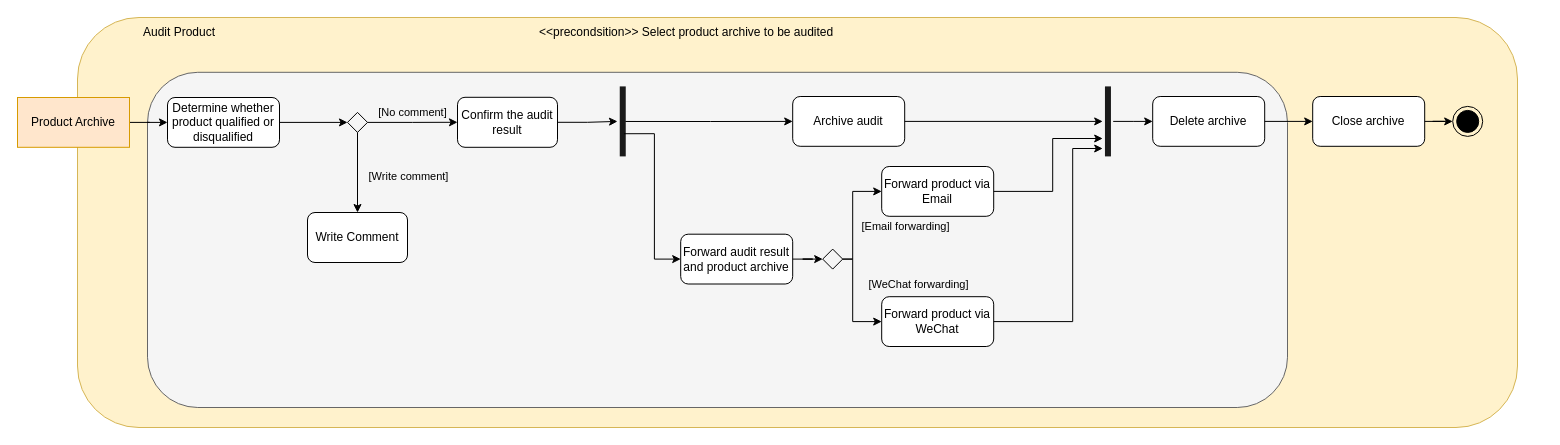
Before: Documentation/Activity Diagram/Product Audit AD.drawio in Darrenchenn/Model-based-software-design, a draw.io diagram. Source tidied: cells renumbered, new cells numbered last; positions are measured from the earlier drawing's top-left corner, leaving out a move shared by most shapes. Both pictures are drawn from the tidied source at 100%, with x=0, y=0 at pixel (17, 17).
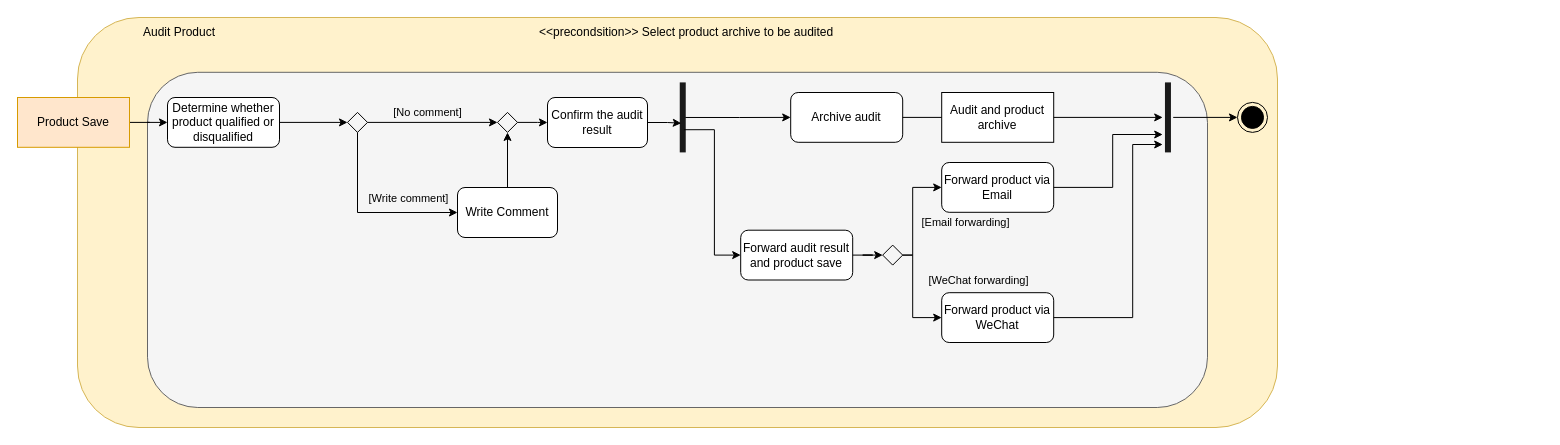
The same page after the edit.

The change refers to these unchanged cells:
```xml
<mxCell id="24" style="shape=line;strokeWidth=6;strokeColor=#1A1A1A;rotation=-180;direction=south;" parent="10" vertex="1">
  <mxGeometry width="10.5" height="70" as="geometry" />
</mxCell>
<mxCell id="25" style="shape=line;strokeWidth=6;strokeColor=#1A1A1A;rotation=-180;direction=south;" parent="10" vertex="1">
  <mxGeometry x="485.2" width="10.5" height="70" as="geometry" />
</mxCell>
```

The edit, as a diff of the source:
```diff
@@
     <mxCell id="2" style="rounded=1;whiteSpace=wrap;html=1;fillColor=#fff2cc;strokeColor=#d6b656;" parent="1" vertex="1">
-      <mxGeometry x="60" width="1440" height="410" as="geometry" />
+      <mxGeometry x="60" width="1200" height="410" as="geometry" />
     </mxCell>
     <mxCell id="3" style="rounded=1;whiteSpace=wrap;html=1;fillColor=#f5f5f5;fontColor=#333333;strokeColor=#666666;" parent="1" vertex="1">
-      <mxGeometry x="130" y="54.8" width="1140" height="335.2" as="geometry" />
+      <mxGeometry x="130" y="54.8" width="1060" height="335.2" as="geometry" />
     </mxCell>
@@
-    <mxCell id="9" value="Product Archive" style="rounded=0;whiteSpace=wrap;html=1;fillColor=#ffe6cc;strokeColor=#d79b00;" parent="1" vertex="1">
+    <mxCell id="9" value="Product Save" style="rounded=0;whiteSpace=wrap;html=1;fillColor=#ffe6cc;strokeColor=#d79b00;" parent="1" vertex="1">
       <mxGeometry y="80" width="112" height="49.8" as="geometry" />
     </mxCell>
-    <mxCell id="10" style="group;" parent="1" vertex="1">
-      <mxGeometry x="600" y="68.9" width="865.2" height="260.1" as="geometry" />
+    <mxCell id="10" style="group;rounded=0;" parent="1" vertex="1">
+      <mxGeometry x="660" y="64.9" width="865.2" height="260.1" as="geometry" />
     </mxCell>
-    <mxCell id="11" value="Forward audit result and product archive" style="rounded=1;whiteSpace=wrap;html=1;" parent="10" vertex="1">
+    <mxCell id="11" value="Forward audit result and product save" style="rounded=1;whiteSpace=wrap;html=1;" parent="10" vertex="1">
       <mxGeometry x="63.2" y="147.8" width="112" height="49.8" as="geometry" />
     </mxCell>
@@
-    <mxCell id="16" value="Delete archive" style="rounded=1;whiteSpace=wrap;html=1;" parent="10" vertex="1">
-      <mxGeometry x="535.2" y="10.1" width="112" height="49.8" as="geometry" />
-    </mxCell>
@@
-    <mxCell id="20" value="Close archive" style="rounded=1;whiteSpace=wrap;html=1;" parent="10" vertex="1">
-      <mxGeometry x="695.2" y="10.1" width="112" height="49.8" as="geometry" />
-    </mxCell>
     <mxCell id="21" style="ellipse;html=1;shape=endState;fillColor=strokeColor;" parent="10" vertex="1">
-      <mxGeometry x="835.2" y="20" width="30" height="30" as="geometry" />
+      <mxGeometry x="560" y="20" width="30" height="30" as="geometry" />
     </mxCell>
     <mxCell id="22" value="Archive audit" style="rounded=1;whiteSpace=wrap;html=1;" parent="10" vertex="1">
-      <mxGeometry x="175.2" y="10.1" width="112" height="49.8" as="geometry" />
+      <mxGeometry x="113.2" y="10.1" width="112" height="49.8" as="geometry" />
     </mxCell>
@@
-    <mxCell id="29" style="edgeStyle=orthogonalEdgeStyle;rounded=0;jettySize=auto;html=1;entryX=0;entryY=0.5;entryDx=0;entryDy=0;" parent="10" edge="1" source="16" target="20">
-      <mxGeometry relative="1" as="geometry" />
-    </mxCell>
-    <mxCell id="30" style="edgeStyle=orthogonalEdgeStyle;rounded=0;jettySize=auto;html=1;entryX=0;entryY=0.5;entryDx=0;entryDy=0;" parent="10" edge="1" source="20" target="21">
-      <mxGeometry relative="1" as="geometry" />
-    </mxCell>
@@
-    <mxCell id="33" style="edgeStyle=orthogonalEdgeStyle;rounded=0;jettySize=auto;html=1;entryX=0;entryY=0.5;entryDx=0;entryDy=0;" parent="10" edge="1" source="25" target="16">
+    <mxCell id="33" style="edgeStyle=orthogonalEdgeStyle;rounded=0;jettySize=auto;html=1;entryX=0;entryY=0.5;entryDx=0;entryDy=0;" parent="10" edge="1" source="25" target="21">
       <mxGeometry relative="1" as="geometry" />
     </mxCell>
+    <mxCell id="42" value="Audit and product archive" style="rounded=0;whiteSpace=wrap;html=1;" parent="10" vertex="1">
+      <mxGeometry x="264.2" y="10.1" width="112" height="49.8" as="geometry" />
+    </mxCell>
-    <mxCell id="34" style="edgeStyle=orthogonalEdgeStyle;rounded=0;jettySize=auto;html=1;entryX=0;entryY=0.5;entryDx=0;entryDy=0;" parent="1" edge="1" source="38" target="41">
+    <mxCell id="34" style="edgeStyle=orthogonalEdgeStyle;rounded=0;jettySize=auto;html=1;entryX=0;entryY=0.5;entryDx=0;entryDy=0;" parent="1" edge="1" source="38" target="46">
       <mxGeometry relative="1" as="geometry" />
     </mxCell>
@@
-    <mxCell id="36" style="edgeStyle=orthogonalEdgeStyle;rounded=0;jettySize=auto;html=1;entryX=0.5;entryY=0;entryDx=0;entryDy=0;" parent="1" edge="1" source="38" target="39">
-      <mxGeometry relative="1" as="geometry" />
-    </mxCell>
+    <mxCell id="38" style="rhombus;fillColor=none;strokeColor=#000000;" parent="1" vertex="1">
+      <mxGeometry x="330" y="94.9" width="20" height="20" as="geometry" />
+    </mxCell>
+    <mxCell id="43" style="edgeStyle=orthogonalEdgeStyle;rounded=0;jettySize=auto;html=1;entryX=0.5;entryY=1;entryDx=0;entryDy=0;startArrow=classic;startFill=1;endArrow=none;endFill=0;" parent="1" edge="1" source="39" target="38">
+      <mxGeometry relative="1" as="geometry" />
+    </mxCell>
-    <mxCell id="37" value="[Write comment]" style="edgeLabel;html=1;align=center;verticalAlign=middle;labelBackgroundColor=none;" parent="36" vertex="1">
-      <mxGeometry x="-0.39" y="2" relative="1" as="geometry">
-        <mxPoint x="48" y="20" as="offset" />
+    <mxCell id="37" value="[Write comment]" style="edgeLabel;html=1;align=center;verticalAlign=middle;labelBackgroundColor=none;" parent="43" vertex="1">
+      <mxGeometry x="-0.3" y="-2" relative="1" as="geometry">
+        <mxPoint x="13" y="-13" as="offset" />
       </mxGeometry>
     </mxCell>
-    <mxCell id="38" style="rhombus;fillColor=none;strokeColor=#000000;" parent="1" vertex="1">
-      <mxGeometry x="330" y="94.9" width="20" height="20" as="geometry" />
-    </mxCell>
+    <mxCell id="44" style="edgeStyle=orthogonalEdgeStyle;rounded=0;jettySize=auto;html=1;entryX=0.5;entryY=1;entryDx=0;entryDy=0;" parent="1" edge="1" source="39" target="46">
+      <mxGeometry relative="1" as="geometry" />
+    </mxCell>
     <mxCell id="39" value="Write Comment" style="rounded=1;whiteSpace=wrap;html=1;" parent="1" vertex="1">
-      <mxGeometry x="290" y="195" width="100" height="50" as="geometry" />
+      <mxGeometry x="440" y="170" width="100" height="50" as="geometry" />
     </mxCell>
+    <mxCell id="41" value="Confirm the audit result" style="rounded=1;whiteSpace=wrap;html=1;" parent="1" vertex="1">
+      <mxGeometry x="530" y="80" width="100" height="50" as="geometry" />
+    </mxCell>
+    <mxCell id="45" style="edgeStyle=orthogonalEdgeStyle;rounded=0;jettySize=auto;html=1;entryX=0;entryY=0.5;entryDx=0;entryDy=0;" parent="1" edge="1" source="46" target="41">
+      <mxGeometry relative="1" as="geometry" />
+    </mxCell>
+    <mxCell id="46" style="rhombus;fillColor=none;strokeColor=#000000;" parent="1" vertex="1">
+      <mxGeometry x="480" y="94.9" width="20" height="20" as="geometry" />
+    </mxCell>
-    <mxCell id="40" style="edgeStyle=orthogonalEdgeStyle;rounded=0;jettySize=auto;html=1;" parent="1" edge="1" source="41" target="24">
+    <mxCell id="40" style="edgeStyle=orthogonalEdgeStyle;rounded=0;jettySize=auto;html=1;entryX=0.417;entryY=0.357;entryDx=0;entryDy=0;entryPerimeter=0;" parent="1" edge="1" source="41" target="24">
       <mxGeometry relative="1" as="geometry" />
     </mxCell>
-    <mxCell id="41" value="Confirm the audit result" style="rounded=1;whiteSpace=wrap;html=1;" parent="1" vertex="1">
-      <mxGeometry x="440" y="79.8" width="100" height="50" as="geometry" />
-    </mxCell>
```
